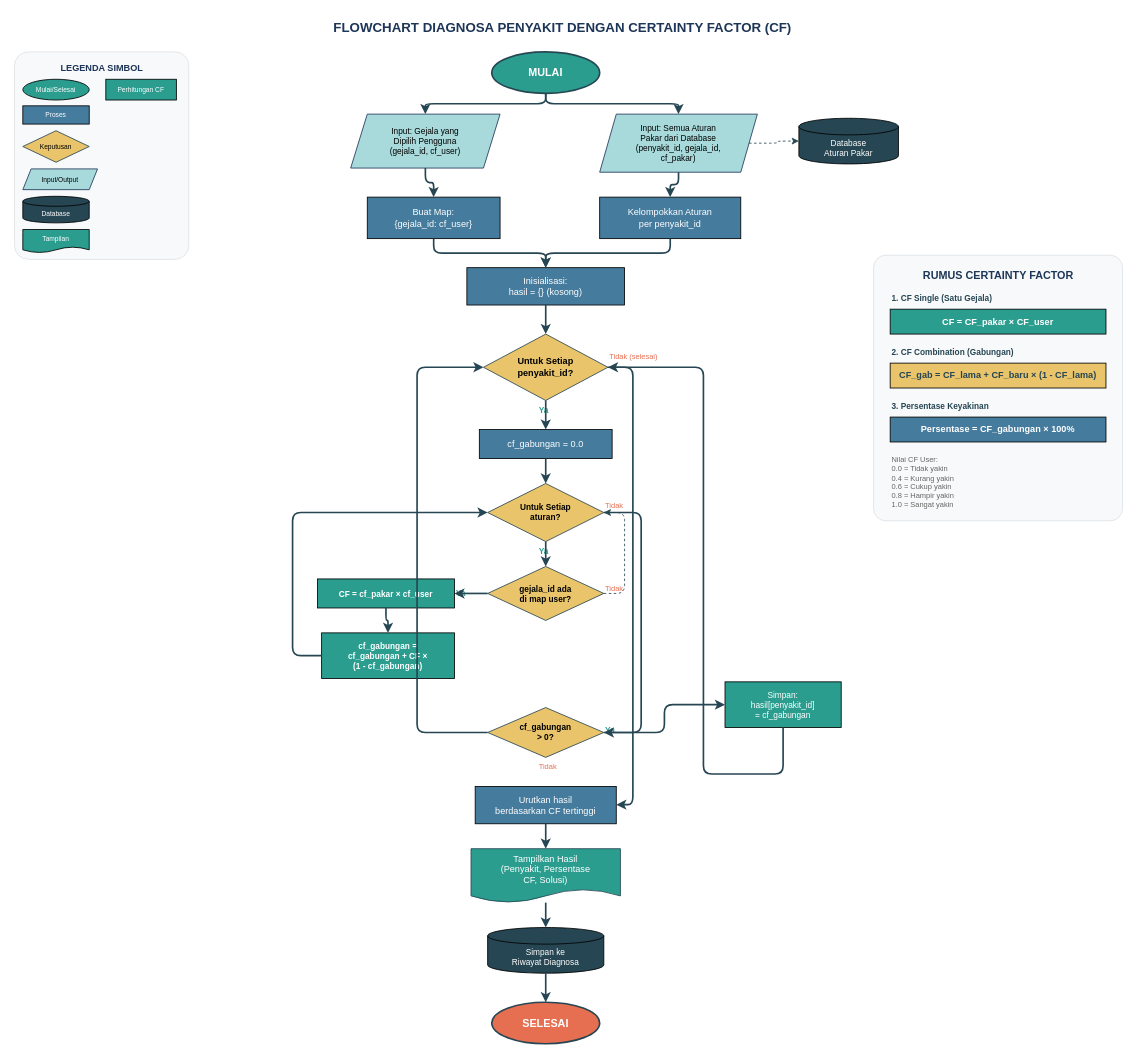
Before: diagram/flowchart/04-flowchart-diagnosa-cf.drawio in RajaSunrise/kangkungku, a draw.io diagram. Source tidied: cells renumbered, new cells numbered last; positions are measured from the earlier drawing's top-left corner, leaving out a move shared by most shapes. Both pictures are drawn from the tidied source at 83%, with x=0, y=0 at pixel (14, 14).
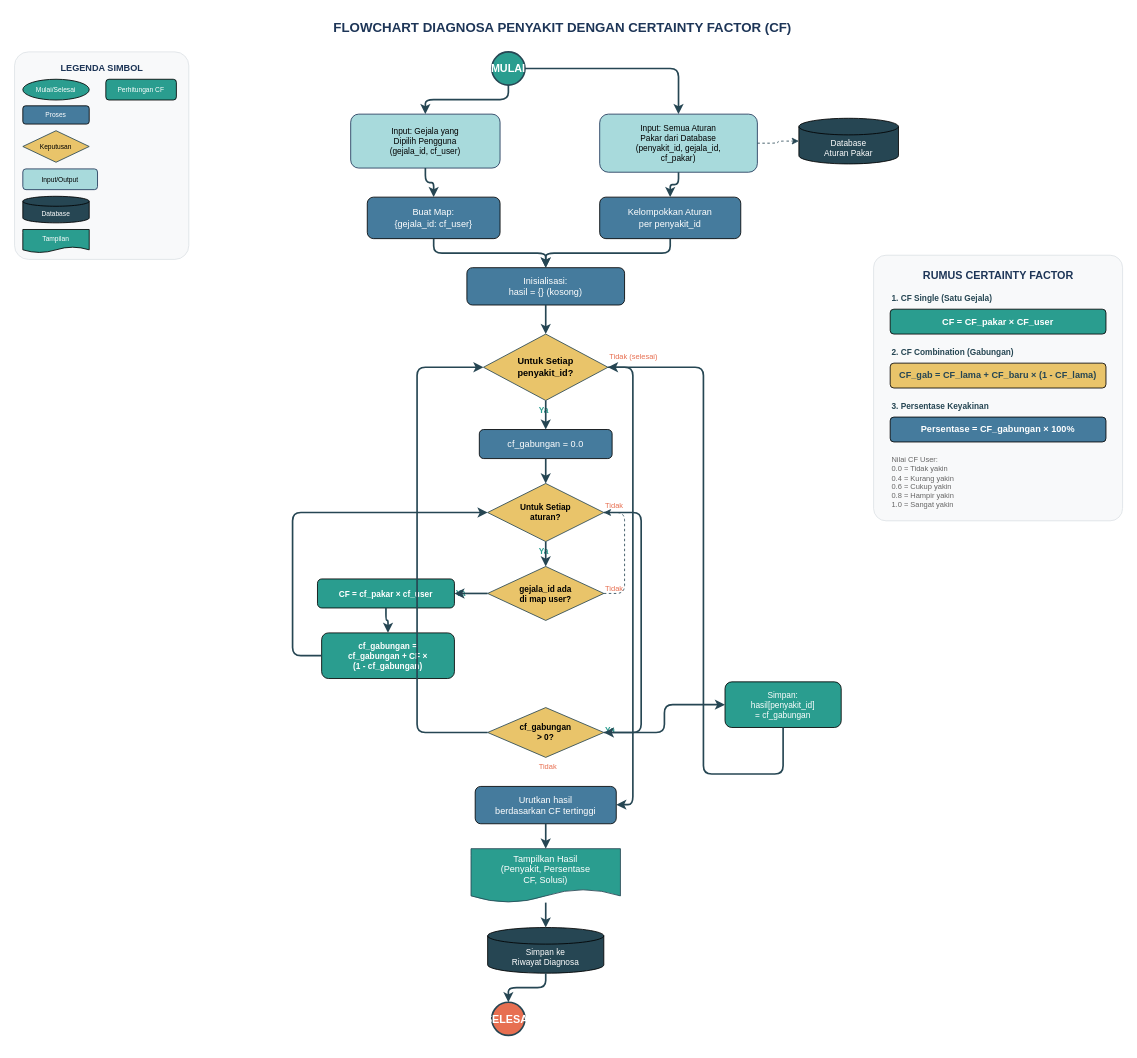
After the change.

What changed in the source:
```diff
@@
     <mxCell id="3" value="MULAI" style="ellipse;whiteSpace=wrap;html=1;fillColor=#2A9D8F;fontColor=#FFFFFF;fontStyle=1;fontSize=13;strokeColor=#264653;strokeWidth=2;" parent="1" vertex="1">
-      <mxGeometry x="575" y="45" width="130" height="50" as="geometry" />
+      <mxGeometry x="575" y="45" width="40" height="40" as="geometry" />
     </mxCell>
-    <mxCell id="4" value="Input: Gejala yang&#10;Dipilih Pengguna&#10;(gejala_id, cf_user)" style="shape=parallelogram;perimeter=parallelogramPerimeter;whiteSpace=wrap;html=1;fixedSize=1;fillColor=#A8DADC;fontSize=10;strokeColor=#1D3557;size=20;" parent="1" vertex="1">
+    <mxCell id="4" value="Input: Gejala yang&#10;Dipilih Pengguna&#10;(gejala_id, cf_user)" style="rounded=1;whiteSpace=wrap;html=1;fixedSize=1;fillColor=#A8DADC;fontSize=10;strokeColor=#1D3557;size=20;" parent="1" vertex="1">
       <mxGeometry x="405" y="120" width="180" height="65" as="geometry" />
     </mxCell>
-    <mxCell id="5" value="Input: Semua Aturan&#10;Pakar dari Database&#10;(penyakit_id, gejala_id,&#10;cf_pakar)" style="shape=parallelogram;perimeter=parallelogramPerimeter;whiteSpace=wrap;html=1;fixedSize=1;fillColor=#A8DADC;fontSize=10;strokeColor=#1D3557;size=20;" parent="1" vertex="1">
+    <mxCell id="5" value="Input: Semua Aturan&#10;Pakar dari Database&#10;(penyakit_id, gejala_id,&#10;cf_pakar)" style="rounded=1;whiteSpace=wrap;html=1;fixedSize=1;fillColor=#A8DADC;fontSize=10;strokeColor=#1D3557;size=20;" parent="1" vertex="1">
       <mxGeometry x="705" y="120" width="190" height="70" as="geometry" />
     </mxCell>
@@
-    <mxCell id="7" value="Buat Map:&#10;{gejala_id: cf_user}" style="rounded=0;whiteSpace=wrap;html=1;fillColor=#457B9D;fontColor=#FFFFFF;fontSize=11;" parent="1" vertex="1">
+    <mxCell id="7" value="Buat Map:&#10;{gejala_id: cf_user}" style="rounded=1;whiteSpace=wrap;html=1;fillColor=#457B9D;fontColor=#FFFFFF;fontSize=11;" parent="1" vertex="1">
       <mxGeometry x="425" y="220" width="160" height="50" as="geometry" />
     </mxCell>
-    <mxCell id="8" value="Kelompokkan Aturan&#10;per penyakit_id" style="rounded=0;whiteSpace=wrap;html=1;fillColor=#457B9D;fontColor=#FFFFFF;fontSize=11;" parent="1" vertex="1">
+    <mxCell id="8" value="Kelompokkan Aturan&#10;per penyakit_id" style="rounded=1;whiteSpace=wrap;html=1;fillColor=#457B9D;fontColor=#FFFFFF;fontSize=11;" parent="1" vertex="1">
       <mxGeometry x="705" y="220" width="170" height="50" as="geometry" />
     </mxCell>
-    <mxCell id="9" value="Inisialisasi:&#10;hasil = {} (kosong)" style="rounded=0;whiteSpace=wrap;html=1;fillColor=#457B9D;fontColor=#FFFFFF;fontSize=11;" parent="1" vertex="1">
+    <mxCell id="9" value="Inisialisasi:&#10;hasil = {} (kosong)" style="rounded=1;whiteSpace=wrap;html=1;fillColor=#457B9D;fontColor=#FFFFFF;fontSize=11;" parent="1" vertex="1">
       <mxGeometry x="545" y="305" width="190" height="45" as="geometry" />
     </mxCell>
@@
-    <mxCell id="11" value="cf_gabungan = 0.0" style="rounded=0;whiteSpace=wrap;html=1;fillColor=#457B9D;fontColor=#FFFFFF;fontSize=11;" parent="1" vertex="1">
+    <mxCell id="11" value="cf_gabungan = 0.0" style="rounded=1;whiteSpace=wrap;html=1;fillColor=#457B9D;fontColor=#FFFFFF;fontSize=11;" parent="1" vertex="1">
       <mxGeometry x="560" y="500" width="160" height="35" as="geometry" />
     </mxCell>
@@
-    <mxCell id="14" value="CF = cf_pakar × cf_user" style="rounded=0;whiteSpace=wrap;html=1;fillColor=#2A9D8F;fontColor=#FFFFFF;fontSize=10;fontStyle=1;" parent="1" vertex="1">
+    <mxCell id="14" value="CF = cf_pakar × cf_user" style="rounded=1;whiteSpace=wrap;html=1;fillColor=#2A9D8F;fontColor=#FFFFFF;fontSize=10;fontStyle=1;" parent="1" vertex="1">
       <mxGeometry x="365" y="680" width="165" height="35" as="geometry" />
     </mxCell>
-    <mxCell id="15" value="cf_gabungan =&#10;cf_gabungan + CF ×&#10;(1 - cf_gabungan)" style="rounded=0;whiteSpace=wrap;html=1;fillColor=#2A9D8F;fontColor=#FFFFFF;fontSize=10;fontStyle=1;" parent="1" vertex="1">
+    <mxCell id="15" value="cf_gabungan =&#10;cf_gabungan + CF ×&#10;(1 - cf_gabungan)" style="rounded=1;whiteSpace=wrap;html=1;fillColor=#2A9D8F;fontColor=#FFFFFF;fontSize=10;fontStyle=1;" parent="1" vertex="1">
       <mxGeometry x="370" y="745" width="160" height="55" as="geometry" />
     </mxCell>
@@
-    <mxCell id="17" value="Simpan:&#10;hasil[penyakit_id]&#10;= cf_gabungan" style="rounded=0;whiteSpace=wrap;html=1;fillColor=#2A9D8F;fontColor=#FFFFFF;fontSize=10;" parent="1" vertex="1">
+    <mxCell id="17" value="Simpan:&#10;hasil[penyakit_id]&#10;= cf_gabungan" style="rounded=1;whiteSpace=wrap;html=1;fillColor=#2A9D8F;fontColor=#FFFFFF;fontSize=10;" parent="1" vertex="1">
       <mxGeometry x="856" y="804" width="140" height="55" as="geometry" />
     </mxCell>
-    <mxCell id="18" value="Urutkan hasil&#10;berdasarkan CF tertinggi" style="rounded=0;whiteSpace=wrap;html=1;fillColor=#457B9D;fontColor=#FFFFFF;fontSize=11;" parent="1" vertex="1">
+    <mxCell id="18" value="Urutkan hasil&#10;berdasarkan CF tertinggi" style="rounded=1;whiteSpace=wrap;html=1;fillColor=#457B9D;fontColor=#FFFFFF;fontSize=11;" parent="1" vertex="1">
       <mxGeometry x="555" y="930" width="170" height="45" as="geometry" />
     </mxCell>
@@
     <mxCell id="21" value="SELESAI" style="ellipse;whiteSpace=wrap;html=1;fillColor=#E76F51;fontColor=#FFFFFF;fontStyle=1;fontSize=13;strokeColor=#264653;strokeWidth=2;" parent="1" vertex="1">
-      <mxGeometry x="575" y="1190" width="130" height="50" as="geometry" />
+      <mxGeometry x="575" y="1190" width="40" height="40" as="geometry" />
     </mxCell>
@@
-    <mxCell id="56" value="CF = CF_pakar × CF_user" style="rounded=0;whiteSpace=wrap;html=1;fillColor=#2A9D8F;fontColor=#FFFFFF;fontSize=11;fontStyle=1;" parent="1" vertex="1">
+    <mxCell id="56" value="CF = CF_pakar × CF_user" style="rounded=1;whiteSpace=wrap;html=1;fillColor=#2A9D8F;fontColor=#FFFFFF;fontSize=11;fontStyle=1;" parent="1" vertex="1">
       <mxGeometry x="1055" y="355" width="260" height="30" as="geometry" />
     </mxCell>
@@
-    <mxCell id="58" value="CF_gab = CF_lama + CF_baru × (1 - CF_lama)" style="rounded=0;whiteSpace=wrap;html=1;fillColor=#E9C46A;fontColor=#264653;fontSize=11;fontStyle=1;" parent="1" vertex="1">
+    <mxCell id="58" value="CF_gab = CF_lama + CF_baru × (1 - CF_lama)" style="rounded=1;whiteSpace=wrap;html=1;fillColor=#E9C46A;fontColor=#264653;fontSize=11;fontStyle=1;" parent="1" vertex="1">
       <mxGeometry x="1055" y="420" width="260" height="30" as="geometry" />
     </mxCell>
@@
-    <mxCell id="60" value="Persentase = CF_gabungan × 100%" style="rounded=0;whiteSpace=wrap;html=1;fillColor=#457B9D;fontColor=#FFFFFF;fontSize=11;fontStyle=1;" parent="1" vertex="1">
+    <mxCell id="60" value="Persentase = CF_gabungan × 100%" style="rounded=1;whiteSpace=wrap;html=1;fillColor=#457B9D;fontColor=#FFFFFF;fontSize=11;fontStyle=1;" parent="1" vertex="1">
       <mxGeometry x="1055" y="485" width="260" height="30" as="geometry" />
     </mxCell>
@@
-    <mxCell id="65" value="Proses" style="rounded=0;whiteSpace=wrap;html=1;fillColor=#457B9D;fontColor=#FFFFFF;fontSize=8;" parent="1" vertex="1">
+    <mxCell id="65" value="Proses" style="rounded=1;whiteSpace=wrap;html=1;fillColor=#457B9D;fontColor=#FFFFFF;fontSize=8;" parent="1" vertex="1">
       <mxGeometry x="10" y="110" width="80" height="22" as="geometry" />
     </mxCell>
@@
-    <mxCell id="67" value="Input/Output" style="shape=parallelogram;perimeter=parallelogramPerimeter;whiteSpace=wrap;html=1;fixedSize=1;fillColor=#A8DADC;fontSize=8;strokeColor=#1D3557;size=10;" parent="1" vertex="1">
+    <mxCell id="67" value="Input/Output" style="rounded=1;whiteSpace=wrap;html=1;fixedSize=1;fillColor=#A8DADC;fontSize=8;strokeColor=#1D3557;size=10;" parent="1" vertex="1">
       <mxGeometry x="10" y="186" width="90" height="25" as="geometry" />
     </mxCell>
@@
-    <mxCell id="70" value="Perhitungan CF" style="rounded=0;whiteSpace=wrap;html=1;fillColor=#2A9D8F;fontColor=#FFFFFF;fontSize=8;" parent="1" vertex="1">
+    <mxCell id="70" value="Perhitungan CF" style="rounded=1;whiteSpace=wrap;html=1;fillColor=#2A9D8F;fontColor=#FFFFFF;fontSize=8;" parent="1" vertex="1">
       <mxGeometry x="110" y="78" width="85" height="25" as="geometry" />
     </mxCell>
```
